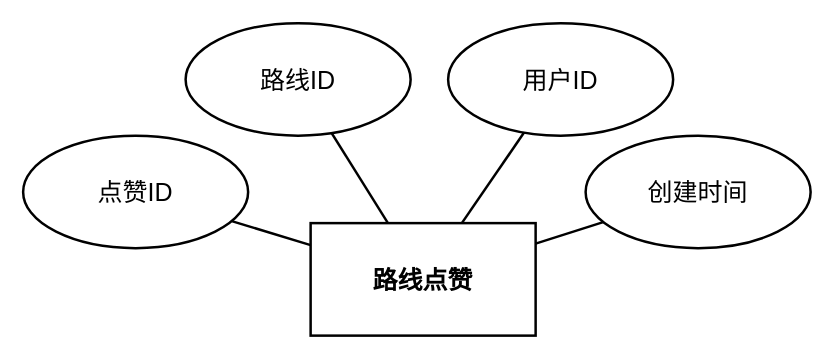
Above: DOCS/architecture-diagrams/sources/实体图/trail_likes/trail_likes_entity.drawio in 612cs/TrailQuest (draw.io), before the change. Source tidied: cells renumbered, new cells numbered last; positions are measured from the earlier drawing's top-left corner, leaving out a move shared by most shapes. Both pictures are drawn from the tidied source at 125%, with x=0, y=0 at pixel (22, 22).
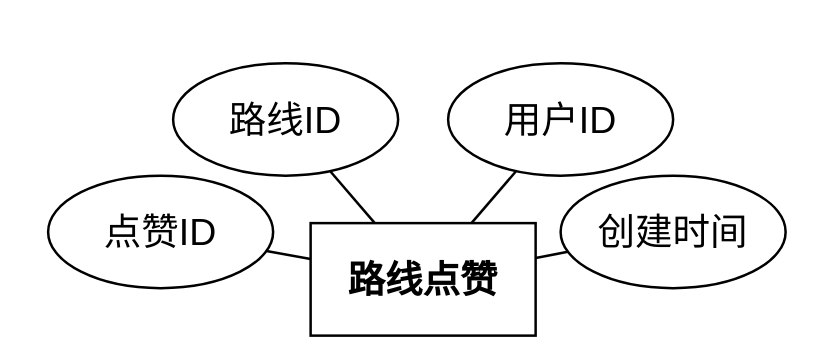
The same page after the edit.

The edit, as a diff of the source:
```diff
@@
 <mxGraphModel>
   <root>
     <mxCell id="0" />
     <mxCell id="1" parent="0" />
-    <mxCell id="2" value="路线点赞" style="rounded=0;whiteSpace=wrap;html=1;fillColor=none;strokeColor=#000000;fontColor=#000000;fontFamily=Arial;fontSize=20;fontStyle=1;align=center;verticalAlign=middle;strokeWidth=2;gradientColor=none;shadow=0;glass=0;" parent="1" vertex="1">
+    <mxCell id="2" value="路线点赞" style="rounded=0;whiteSpace=wrap;html=1;fillColor=none;strokeColor=#000000;fontColor=#000000;fontFamily=Arial;fontSize=30;fontStyle=1;align=center;verticalAlign=middle;strokeWidth=2;gradientColor=none;shadow=0;glass=0;" parent="1" vertex="1">
       <mxGeometry x="230" y="160" width="180" height="90" as="geometry" />
     </mxCell>
-    <mxCell id="3" value="点赞ID" style="ellipse;whiteSpace=wrap;html=1;fillColor=none;strokeColor=#000000;fontColor=#000000;fontFamily=Arial;fontSize=20;align=center;verticalAlign=middle;strokeWidth=2;gradientColor=none;shadow=0;glass=0;" parent="1" vertex="1">
-      <mxGeometry y="90" width="180" height="90" as="geometry" />
+    <mxCell id="3" value="点赞ID" style="ellipse;whiteSpace=wrap;html=1;fillColor=none;strokeColor=#000000;fontColor=#000000;fontFamily=Arial;fontSize=30;align=center;verticalAlign=middle;strokeWidth=2;gradientColor=none;shadow=0;glass=0;" parent="1" vertex="1">
+      <mxGeometry x="20" y="122" width="180" height="90" as="geometry" />
     </mxCell>
-    <mxCell id="4" value="路线ID" style="ellipse;whiteSpace=wrap;html=1;fillColor=none;strokeColor=#000000;fontColor=#000000;fontFamily=Arial;fontSize=20;align=center;verticalAlign=middle;strokeWidth=2;gradientColor=none;shadow=0;glass=0;" parent="1" vertex="1">
-      <mxGeometry x="130" width="180" height="90" as="geometry" />
+    <mxCell id="4" value="路线ID" style="ellipse;whiteSpace=wrap;html=1;fillColor=none;strokeColor=#000000;fontColor=#000000;fontFamily=Arial;fontSize=30;align=center;verticalAlign=middle;strokeWidth=2;gradientColor=none;shadow=0;glass=0;" parent="1" vertex="1">
+      <mxGeometry x="120" y="32" width="180" height="90" as="geometry" />
     </mxCell>
-    <mxCell id="5" value="用户ID" style="ellipse;whiteSpace=wrap;html=1;fillColor=none;strokeColor=#000000;fontColor=#000000;fontFamily=Arial;fontSize=20;align=center;verticalAlign=middle;strokeWidth=2;gradientColor=none;shadow=0;glass=0;" parent="1" vertex="1">
-      <mxGeometry x="340" width="180" height="90" as="geometry" />
+    <mxCell id="5" value="用户ID" style="ellipse;whiteSpace=wrap;html=1;fillColor=none;strokeColor=#000000;fontColor=#000000;fontFamily=Arial;fontSize=30;align=center;verticalAlign=middle;strokeWidth=2;gradientColor=none;shadow=0;glass=0;" parent="1" vertex="1">
+      <mxGeometry x="340" y="32" width="180" height="90" as="geometry" />
     </mxCell>
-    <mxCell id="6" value="创建时间" style="ellipse;whiteSpace=wrap;html=1;fillColor=none;strokeColor=#000000;fontColor=#000000;fontFamily=Arial;fontSize=20;align=center;verticalAlign=middle;strokeWidth=2;gradientColor=none;shadow=0;glass=0;" parent="1" vertex="1">
-      <mxGeometry x="450" y="90" width="180" height="90" as="geometry" />
+    <mxCell id="6" value="创建时间" style="ellipse;whiteSpace=wrap;html=1;fillColor=none;strokeColor=#000000;fontColor=#000000;fontFamily=Arial;fontSize=30;align=center;verticalAlign=middle;strokeWidth=2;gradientColor=none;shadow=0;glass=0;" parent="1" vertex="1">
+      <mxGeometry x="430" y="122" width="180" height="90" as="geometry" />
     </mxCell>
-    <mxCell id="7" style="endArrow=none;html=1;rounded=0;strokeColor=#000000;strokeWidth=2;" parent="1" edge="1" source="2" target="3">
+    <mxCell id="7" style="endArrow=none;html=1;rounded=0;strokeColor=#000000;strokeWidth=2;fontSize=30;" parent="1" edge="1" source="2" target="3">
       <mxGeometry relative="1" as="geometry" />
     </mxCell>
-    <mxCell id="8" style="endArrow=none;html=1;rounded=0;strokeColor=#000000;strokeWidth=2;" parent="1" edge="1" source="2" target="4">
+    <mxCell id="8" style="endArrow=none;html=1;rounded=0;strokeColor=#000000;strokeWidth=2;fontSize=30;" parent="1" edge="1" source="2" target="4">
       <mxGeometry relative="1" as="geometry" />
     </mxCell>
-    <mxCell id="9" style="endArrow=none;html=1;rounded=0;strokeColor=#000000;strokeWidth=2;" parent="1" edge="1" source="2" target="5">
+    <mxCell id="9" style="endArrow=none;html=1;rounded=0;strokeColor=#000000;strokeWidth=2;fontSize=30;" parent="1" edge="1" source="2" target="5">
       <mxGeometry relative="1" as="geometry" />
     </mxCell>
-    <mxCell id="10" style="endArrow=none;html=1;rounded=0;strokeColor=#000000;strokeWidth=2;" parent="1" edge="1" source="2" target="6">
+    <mxCell id="10" style="endArrow=none;html=1;rounded=0;strokeColor=#000000;strokeWidth=2;fontSize=30;" parent="1" edge="1" source="2" target="6">
       <mxGeometry relative="1" as="geometry" />
     </mxCell>
   </root>
 </mxGraphModel>
```
